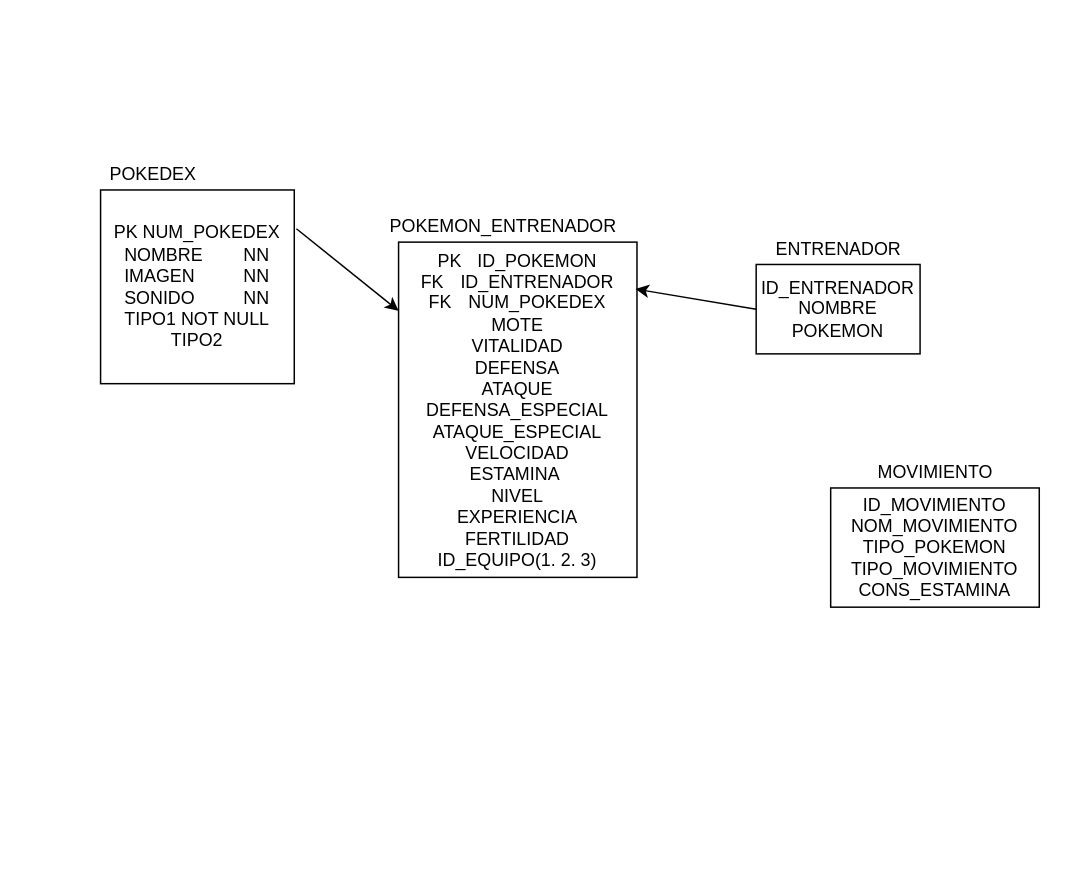
Earlier version of the draw.io diagram ENTIDAD-RELACION POKIMON.drawio (AbyOlimpia/Pokemon). Source tidied: cells renumbered, new cells numbered last; positions are measured from the earlier drawing's top-left corner, leaving out a move shared by most shapes. Both pictures are drawn from the tidied source at 149%, with x=0, y=0 at pixel (100, 159).
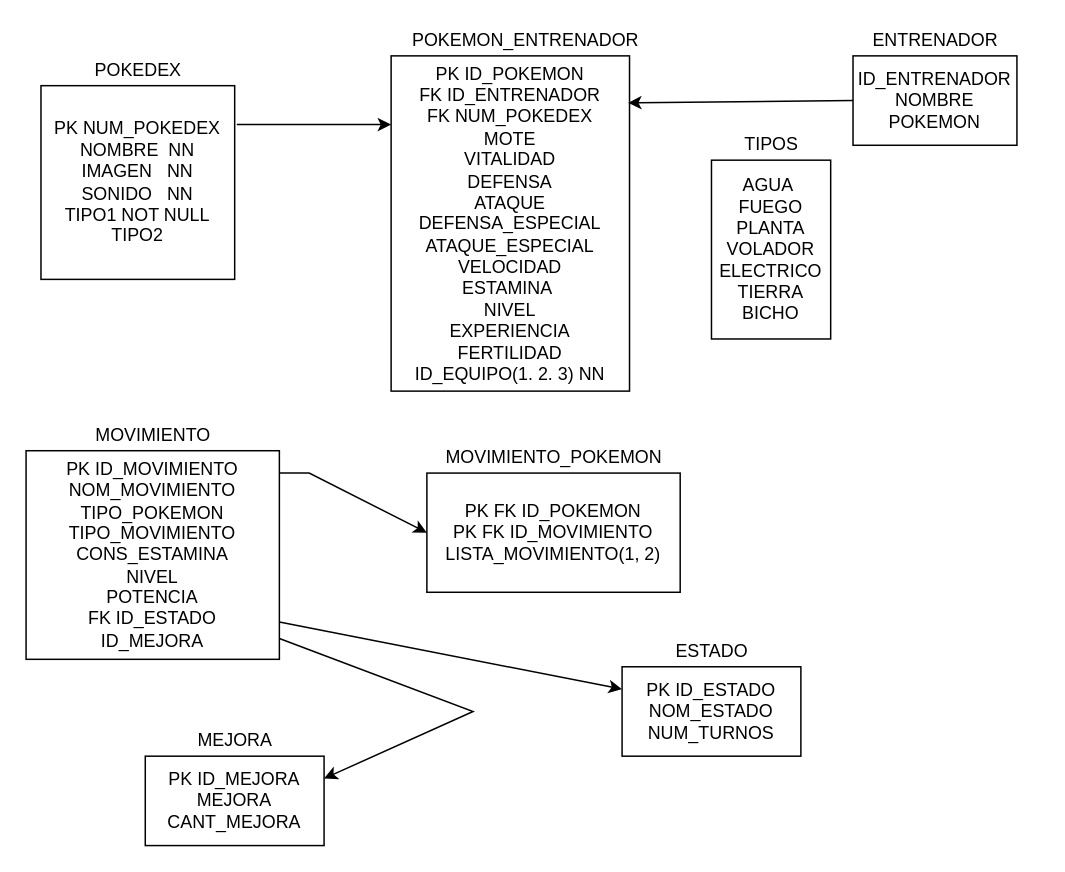
Above is the later version.

Change to the diagram source:
```diff
@@
-    <mxCell id="2" value="PK NUM_POKEDEX&lt;br&gt;NOMBRE &lt;span style=&quot;white-space: pre&quot;&gt;&#9;&lt;/span&gt;NN&lt;br&gt;IMAGEN &lt;span style=&quot;white-space: pre&quot;&gt;&#9;&lt;/span&gt;&lt;span style=&quot;white-space: pre&quot;&gt;&#9;&lt;/span&gt;NN&lt;br&gt;SONIDO &lt;span style=&quot;white-space: pre&quot;&gt;&#9;&lt;/span&gt;&lt;span style=&quot;white-space: pre&quot;&gt;&#9;&lt;/span&gt;NN&lt;br&gt;TIPO1 NOT NULL&lt;br&gt;TIPO2" style="rounded=0;whiteSpace=wrap;html=1;" parent="1" vertex="1">
-      <mxGeometry y="20" width="130" height="130" as="geometry" />
+    <mxCell id="2" value="PK NUM_POKEDEX&lt;br&gt;NOMBRE &lt;span style=&quot;white-space: pre&quot;&gt; &lt;/span&gt;NN&lt;br&gt;IMAGEN &lt;span style=&quot;white-space: pre&quot;&gt; &lt;/span&gt;&lt;span style=&quot;white-space: pre&quot;&gt; &lt;/span&gt;NN&lt;br&gt;SONIDO &lt;span style=&quot;white-space: pre&quot;&gt; &lt;/span&gt;&lt;span style=&quot;white-space: pre&quot;&gt; &lt;/span&gt;NN&lt;br&gt;TIPO1 NOT NULL&lt;br&gt;TIPO2" style="rounded=0;whiteSpace=wrap;html=1;" parent="1" vertex="1">
+      <mxGeometry x="-40" y="-50" width="130" height="130" as="geometry" />
     </mxCell>
-    <mxCell id="3" value="PK&lt;span style=&quot;white-space: pre&quot;&gt;&#9;&lt;/span&gt;ID_POKEMON&lt;br&gt;FK&lt;span style=&quot;white-space: pre&quot;&gt;&#9;&lt;/span&gt;ID_ENTRENADOR&lt;br&gt;FK&lt;span style=&quot;white-space: pre&quot;&gt;&#9;&lt;/span&gt;NUM_POKEDEX&lt;br&gt;MOTE&lt;br&gt;VITALIDAD&lt;br&gt;DEFENSA&lt;br&gt;ATAQUE&lt;br&gt;DEFENSA_ESPECIAL&lt;br&gt;ATAQUE_ESPECIAL&lt;br&gt;VELOCIDAD&lt;br&gt;ESTAMINA&amp;nbsp;&lt;br&gt;NIVEL&lt;br&gt;EXPERIENCIA&lt;br&gt;FERTILIDAD&lt;br&gt;ID_EQUIPO(1. 2. 3)" style="rounded=0;whiteSpace=wrap;html=1;" parent="1" vertex="1">
-      <mxGeometry x="200" y="55" width="160" height="225" as="geometry" />
+    <mxCell id="3" value="PK&lt;span style=&quot;white-space: pre&quot;&gt; &lt;/span&gt;ID_POKEMON&lt;br&gt;FK&lt;span style=&quot;white-space: pre&quot;&gt; &lt;/span&gt;ID_ENTRENADOR&lt;br&gt;FK&lt;span style=&quot;white-space: pre&quot;&gt; &lt;/span&gt;NUM_POKEDEX&lt;br&gt;MOTE&lt;br&gt;VITALIDAD&lt;br&gt;DEFENSA&lt;br&gt;ATAQUE&lt;br&gt;DEFENSA_ESPECIAL&lt;br&gt;ATAQUE_ESPECIAL&lt;br&gt;VELOCIDAD&lt;br&gt;ESTAMINA&amp;nbsp;&lt;br&gt;NIVEL&lt;br&gt;EXPERIENCIA&lt;br&gt;FERTILIDAD&lt;br&gt;ID_EQUIPO(1. 2. 3) NN" style="rounded=0;whiteSpace=wrap;html=1;" parent="1" vertex="1">
+      <mxGeometry x="195" y="-70" width="160" height="225" as="geometry" />
     </mxCell>
     <mxCell id="4" value="POKEDEX" style="text;html=1;align=center;verticalAlign=middle;strokeColor=none;fillColor=none;" parent="1" vertex="1">
-      <mxGeometry width="70" height="20" as="geometry" />
+      <mxGeometry x="-10" y="-70" width="70" height="20" as="geometry" />
     </mxCell>
     <mxCell id="5" value="POKEMON_ENTRENADOR&lt;br&gt;" style="text;html=1;align=center;verticalAlign=middle;strokeColor=none;fillColor=none;" parent="1" vertex="1">
-      <mxGeometry x="185" y="35" width="170" height="20" as="geometry" />
+      <mxGeometry x="200" y="-90" width="170" height="20" as="geometry" />
     </mxCell>
@@
     <mxCell id="7" value="ID_ENTRENADOR&lt;br&gt;NOMBRE&lt;br&gt;POKEMON" style="rounded=0;whiteSpace=wrap;html=1;" parent="1" vertex="1">
-      <mxGeometry x="440" y="70" width="110" height="60" as="geometry" />
+      <mxGeometry x="505" y="-70" width="110" height="60" as="geometry" />
     </mxCell>
     <mxCell id="8" value="ENTRENADOR&lt;br&gt;" style="text;html=1;align=center;verticalAlign=middle;strokeColor=none;fillColor=none;" parent="1" vertex="1">
-      <mxGeometry x="445" y="50" width="100" height="20" as="geometry" />
+      <mxGeometry x="510" y="-90" width="100" height="20" as="geometry" />
     </mxCell>
@@
-    <mxCell id="10" value="ID_MOVIMIENTO&lt;br&gt;NOM_MOVIMIENTO&lt;br&gt;TIPO_POKEMON&lt;br&gt;TIPO_MOVIMIENTO&lt;br&gt;CONS_ESTAMINA" style="rounded=0;whiteSpace=wrap;html=1;" parent="1" vertex="1">
-      <mxGeometry x="490" y="220" width="140" height="80" as="geometry" />
+    <mxCell id="10" value="PK&lt;span style=&quot;white-space: pre&quot;&gt; &lt;/span&gt;ID_MOVIMIENTO&lt;br&gt;NOM_MOVIMIENTO&lt;br&gt;TIPO_POKEMON&lt;br&gt;TIPO_MOVIMIENTO&lt;br&gt;CONS_ESTAMINA&lt;br&gt;NIVEL&lt;br&gt;POTENCIA&lt;br&gt;FK ID_ESTADO&lt;br&gt;ID_MEJORA" style="rounded=0;whiteSpace=wrap;html=1;" parent="1" vertex="1">
+      <mxGeometry x="-50" y="195" width="170" height="140" as="geometry" />
     </mxCell>
     <mxCell id="11" value="MOVIMIENTO&lt;br&gt;" style="text;html=1;align=center;verticalAlign=middle;strokeColor=none;fillColor=none;" parent="1" vertex="1">
-      <mxGeometry x="515" y="200" width="90" height="20" as="geometry" />
+      <mxGeometry x="-10" y="175" width="90" height="20" as="geometry" />
     </mxCell>
+    <mxCell id="12" value="PK ID_ESTADO&lt;br&gt;NOM_ESTADO&lt;br&gt;NUM_TURNOS" style="rounded=0;whiteSpace=wrap;html=1;" parent="1" vertex="1">
+      <mxGeometry x="350" y="340" width="120" height="60" as="geometry" />
+    </mxCell>
+    <mxCell id="13" value="ESTADO&lt;br&gt;" style="text;html=1;align=center;verticalAlign=middle;strokeColor=none;fillColor=none;" parent="1" vertex="1">
+      <mxGeometry x="380" y="320" width="60" height="20" as="geometry" />
+    </mxCell>
+    <mxCell id="14" value="PK&lt;span style=&quot;white-space: pre&quot;&gt; &lt;/span&gt;ID_MEJORA&lt;br&gt;MEJORA&lt;br&gt;CANT_MEJORA" style="rounded=0;whiteSpace=wrap;html=1;" parent="1" vertex="1">
+      <mxGeometry x="30" y="400" width="120" height="60" as="geometry" />
+    </mxCell>
+    <mxCell id="15" value="MEJORA" style="text;html=1;align=center;verticalAlign=middle;strokeColor=none;fillColor=none;" parent="1" vertex="1">
+      <mxGeometry x="55" y="380" width="70" height="20" as="geometry" />
+    </mxCell>
+    <mxCell id="16" value="PK FK&lt;span style=&quot;white-space: pre&quot;&gt; &lt;/span&gt;ID_POKEMON&lt;br&gt;PK FK&lt;span style=&quot;white-space: pre&quot;&gt; &lt;/span&gt;ID_MOVIMIENTO&lt;br&gt;LISTA_MOVIMIENTO(1, 2)&lt;br&gt;" style="whiteSpace=wrap;html=1;" parent="1" vertex="1">
+      <mxGeometry x="219" y="210" width="170" height="80" as="geometry" />
+    </mxCell>
+    <mxCell id="17" value="MOVIMIENTO_POKEMON" style="text;html=1;align=center;verticalAlign=middle;strokeColor=none;fillColor=none;" parent="1" vertex="1">
+      <mxGeometry x="224" y="190" width="160" height="20" as="geometry" />
+    </mxCell>
+    <mxCell id="18" value="AGUA&amp;nbsp;&lt;br&gt;FUEGO&lt;br&gt;PLANTA&lt;br&gt;VOLADOR&lt;br&gt;ELECTRICO&lt;br&gt;TIERRA&lt;br&gt;BICHO" style="whiteSpace=wrap;html=1;" parent="1" vertex="1">
+      <mxGeometry x="410" width="80" height="120" as="geometry" />
+    </mxCell>
+    <mxCell id="19" value="TIPOS&lt;br&gt;" style="text;html=1;align=center;verticalAlign=middle;strokeColor=none;fillColor=none;" parent="1" vertex="1">
+      <mxGeometry x="425" y="-20" width="50" height="20" as="geometry" />
+    </mxCell>
+    <mxCell id="20" style="endArrow=classic;html=1;rounded=0;entryX=0;entryY=0.5;entryDx=0;entryDy=0;" parent="1" edge="1" target="16">
+      <mxGeometry relative="1" as="geometry">
+        <mxPoint x="120" y="210" as="sourcePoint" />
+        <Array as="points">
+          <mxPoint x="140" y="210" />
+        </Array>
+      </mxGeometry>
+    </mxCell>
+    <mxCell id="21" style="endArrow=classic;html=1;rounded=0;entryX=0;entryY=0.25;entryDx=0;entryDy=0;" parent="1" edge="1" target="12">
+      <mxGeometry relative="1" as="geometry">
+        <mxPoint x="120" y="310" as="sourcePoint" />
+      </mxGeometry>
+    </mxCell>
+    <mxCell id="22" style="endArrow=classic;html=1;rounded=0;entryX=1;entryY=0.25;entryDx=0;entryDy=0;exitX=1;exitY=0.9;exitDx=0;exitDy=0;exitPerimeter=0;" parent="1" edge="1" source="10" target="14">
+      <mxGeometry relative="1" as="geometry">
+        <Array as="points">
+          <mxPoint x="250" y="370" />
+        </Array>
+      </mxGeometry>
+    </mxCell>
```
